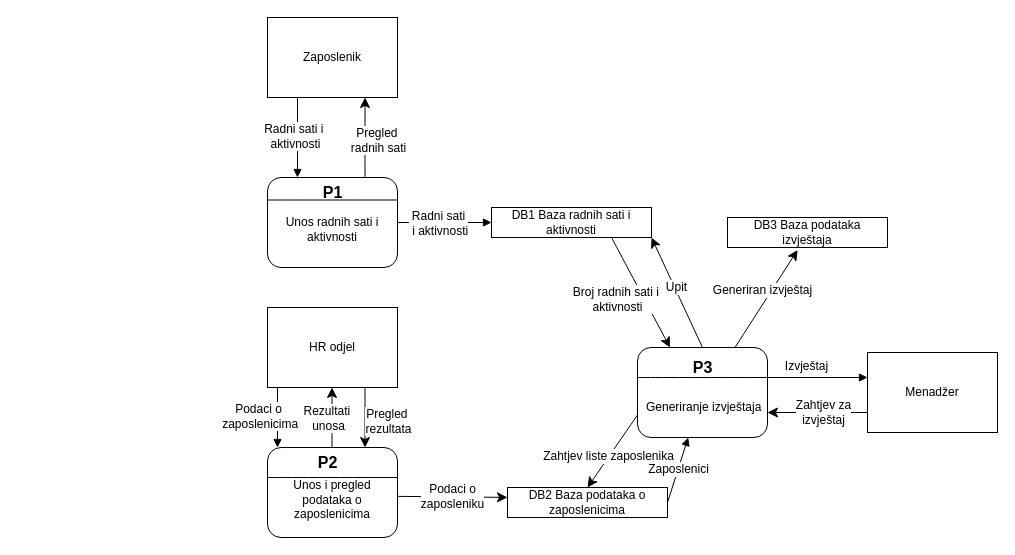
JelenaPetrusic/Projektiranje-informacijskih-sustava keeps this draw.io diagram as Specifikacija zahtjeva/Model procesa/Dijagram glavnih procesa.drawio. Above is the earlier version. Source tidied: cells renumbered, new cells numbered last; positions are measured from the earlier drawing's top-left corner, leaving out a move shared by most shapes. Both pictures are drawn from the tidied source at 100%, with x=0, y=0 at pixel (267, 17).
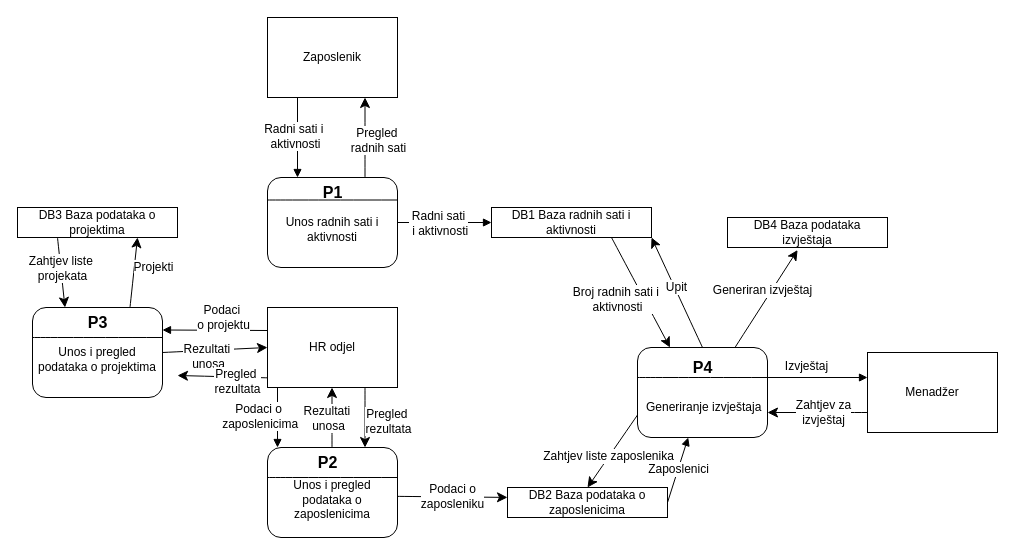
After the change.

Unchanged cells that the change refers to:
```xml
<mxCell id="30" value="HR odjel" style="rounded=0;whiteSpace=wrap;html=1;" parent="1" vertex="1">
  <mxGeometry y="290" width="130" height="80" as="geometry" />
</mxCell>
```

The edit, as a diff of the source:
```diff
@@
-    <mxCell id="39" value="&lt;b&gt;P3&lt;/b&gt;" style="text;html=1;align=center;verticalAlign=middle;strokeColor=none;fillColor=none;fontSize=16;" parent="1" vertex="1">
+    <mxCell id="39" value="&lt;b&gt;P4&lt;/b&gt;" style="text;html=1;align=center;verticalAlign=middle;strokeColor=none;fillColor=none;fontSize=16;" parent="1" vertex="1">
       <mxGeometry x="415" y="335" width="40" height="30" as="geometry" />
     </mxCell>
-    <mxCell id="40" value="DB3 Baza podataka izvještaja" style="rounded=0;whiteSpace=wrap;html=1;" parent="1" vertex="1">
+    <mxCell id="40" value="DB4 Baza podataka izvještaja" style="rounded=0;whiteSpace=wrap;html=1;" parent="1" vertex="1">
       <mxGeometry x="460" y="200" width="160" height="30" as="geometry" />
     </mxCell>
@@
+    <mxCell id="44" style="edgeStyle=none;curved=1;rounded=0;jettySize=auto;html=1;exitX=1;exitY=0.5;exitDx=0;exitDy=0;fontSize=12;startSize=8;endSize=8;entryX=0;entryY=0.5;entryDx=0;entryDy=0;" parent="1" edge="1" source="46" target="30">
+      <mxGeometry relative="1" as="geometry" />
+    </mxCell>
+    <mxCell id="45" value="Rezultati&amp;nbsp;&lt;div&gt;unosa&lt;/div&gt;" style="edgeLabel;html=1;align=center;verticalAlign=middle;fontSize=12;" parent="44" vertex="1">
+      <mxGeometry x="0.03" y="-5" relative="1" as="geometry">
+        <mxPoint x="-9" y="1" as="offset" />
+      </mxGeometry>
+    </mxCell>
+    <mxCell id="46" value="&amp;nbsp;&lt;div&gt;Unos i pregled podataka o projektima&lt;/div&gt;" style="rounded=1;whiteSpace=wrap;html=1;" parent="1" vertex="1">
+      <mxGeometry x="-235" y="290" width="130" height="90" as="geometry" />
+    </mxCell>
+    <mxCell id="47" style="endArrow=block;endFill=1;entryX=1;entryY=0.25;entryDx=0;entryDy=0;" parent="1" edge="1" target="46">
+      <mxGeometry relative="1" as="geometry">
+        <mxPoint y="313" as="sourcePoint" />
+      </mxGeometry>
+    </mxCell>
+    <mxCell id="48" value="Podaci&amp;nbsp;&lt;div&gt;o projektu&lt;/div&gt;" style="edgeLabel;html=1;align=center;verticalAlign=middle;fontSize=12;" parent="47" vertex="1">
+      <mxGeometry x="-0.15" relative="1" as="geometry">
+        <mxPoint y="-13" as="offset" />
+      </mxGeometry>
+    </mxCell>
+    <mxCell id="49" style="edgeStyle=none;curved=1;rounded=0;jettySize=auto;html=1;exitX=-0.003;exitY=0.879;exitDx=0;exitDy=0;fontSize=12;startSize=8;endSize=8;exitPerimeter=0;" parent="1" edge="1" source="30">
+      <mxGeometry relative="1" as="geometry">
+        <mxPoint x="-90" y="358" as="targetPoint" />
+      </mxGeometry>
+    </mxCell>
+    <mxCell id="50" value="Pregled&amp;nbsp;&lt;div&gt;rezultata&lt;/div&gt;" style="edgeLabel;html=1;align=center;verticalAlign=middle;fontSize=12;" parent="49" vertex="1">
+      <mxGeometry x="0.1" y="4" relative="1" as="geometry">
+        <mxPoint x="19" as="offset" />
+      </mxGeometry>
+    </mxCell>
+    <mxCell id="51" style="endArrow=none;html=1;rounded=0;fontSize=12;startSize=8;endSize=8;curved=1;exitX=0;exitY=0.25;exitDx=0;exitDy=0;entryX=1;entryY=0.25;entryDx=0;entryDy=0;" parent="1" edge="1">
+      <mxGeometry relative="1" as="geometry">
+        <mxPoint x="-235" y="320" as="sourcePoint" />
+        <mxPoint x="-105" y="320" as="targetPoint" />
+      </mxGeometry>
+    </mxCell>
+    <mxCell id="52" style="edgeStyle=none;curved=1;rounded=0;jettySize=auto;html=1;fontSize=12;startSize=8;endSize=8;entryX=0.75;entryY=1;entryDx=0;entryDy=0;exitX=0.75;exitY=0;exitDx=0;exitDy=0;" parent="1" edge="1" source="46" target="57">
+      <mxGeometry relative="1" as="geometry" />
+    </mxCell>
+    <mxCell id="53" value="Projekti" style="edgeLabel;html=1;align=center;verticalAlign=middle;fontSize=12;" parent="52" vertex="1">
+      <mxGeometry x="-0.15" y="1" relative="1" as="geometry">
+        <mxPoint x="21" y="-11" as="offset" />
+      </mxGeometry>
+    </mxCell>
+    <mxCell id="54" value="&lt;b&gt;P3&lt;/b&gt;" style="text;html=1;align=center;verticalAlign=middle;strokeColor=none;fillColor=none;fontSize=16;" parent="1" vertex="1">
+      <mxGeometry x="-190" y="290" width="40" height="30" as="geometry" />
+    </mxCell>
+    <mxCell id="55" style="edgeStyle=none;curved=1;rounded=0;jettySize=auto;html=1;exitX=0.25;exitY=1;exitDx=0;exitDy=0;entryX=0.25;entryY=0;entryDx=0;entryDy=0;fontSize=12;startSize=8;endSize=8;" parent="1" edge="1" source="57" target="46">
+      <mxGeometry relative="1" as="geometry" />
+    </mxCell>
+    <mxCell id="56" value="Zahtjev liste&amp;nbsp;&lt;div&gt;projekata&lt;/div&gt;" style="edgeLabel;html=1;align=center;verticalAlign=middle;fontSize=12;" parent="55" vertex="1">
+      <mxGeometry x="-0.15" y="1" relative="1" as="geometry">
+        <mxPoint y="1" as="offset" />
+      </mxGeometry>
+    </mxCell>
+    <mxCell id="57" value="DB3 Baza podataka o projektima" style="rounded=0;whiteSpace=wrap;html=1;" parent="1" vertex="1">
+      <mxGeometry x="-250" y="190" width="160" height="30" as="geometry" />
+    </mxCell>
```
